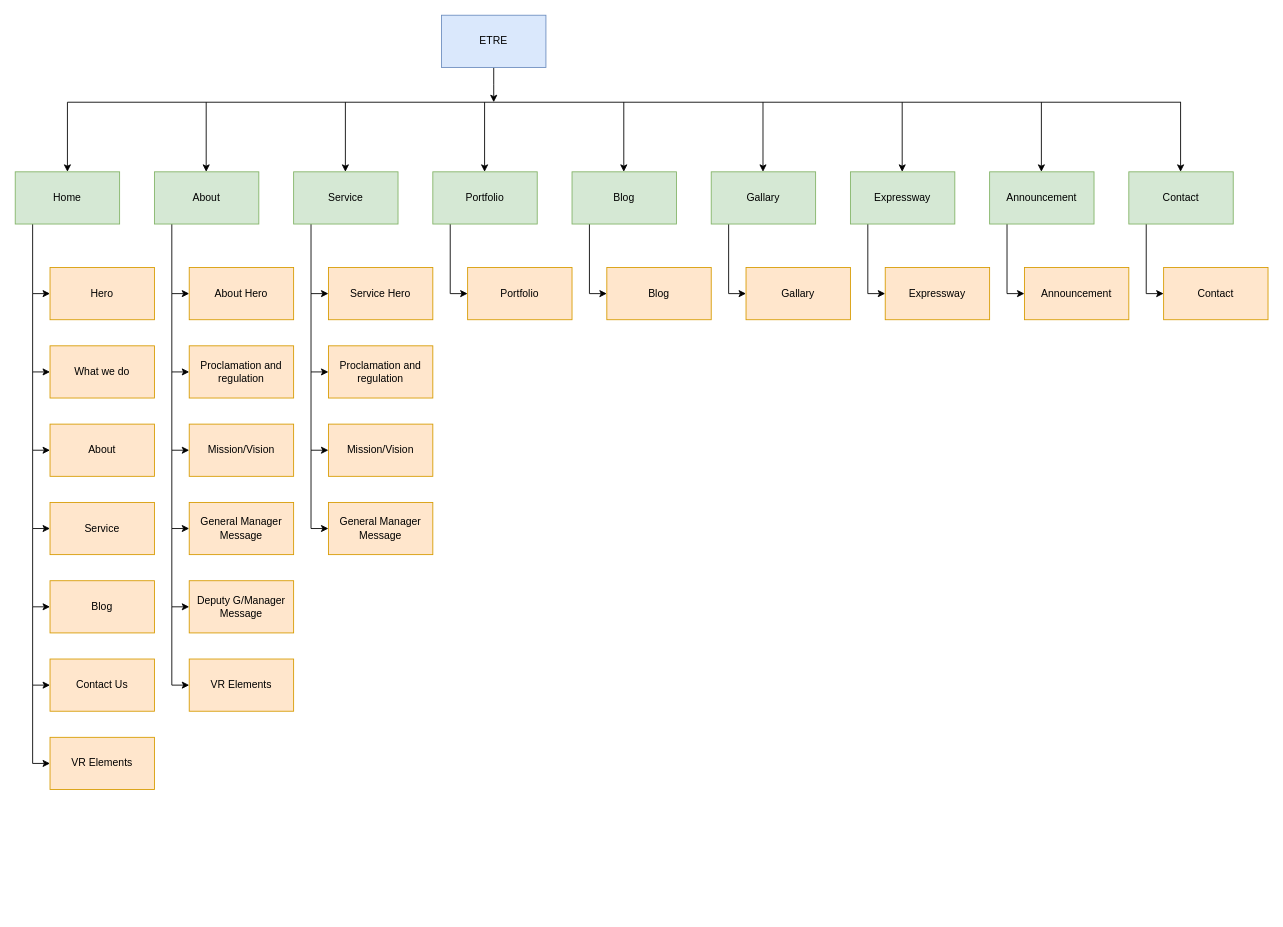
fasil712/UML_Diagram_Design keeps this draw.io diagram as ETRE Website Prototype.drawio. Above is the earlier version. Source tidied: cells renumbered, new cells numbered last; positions are measured from the earlier drawing's top-left corner, leaving out a move shared by most shapes. Both pictures are drawn from the tidied source at 87%, with x=0, y=0 at pixel (15, 15).
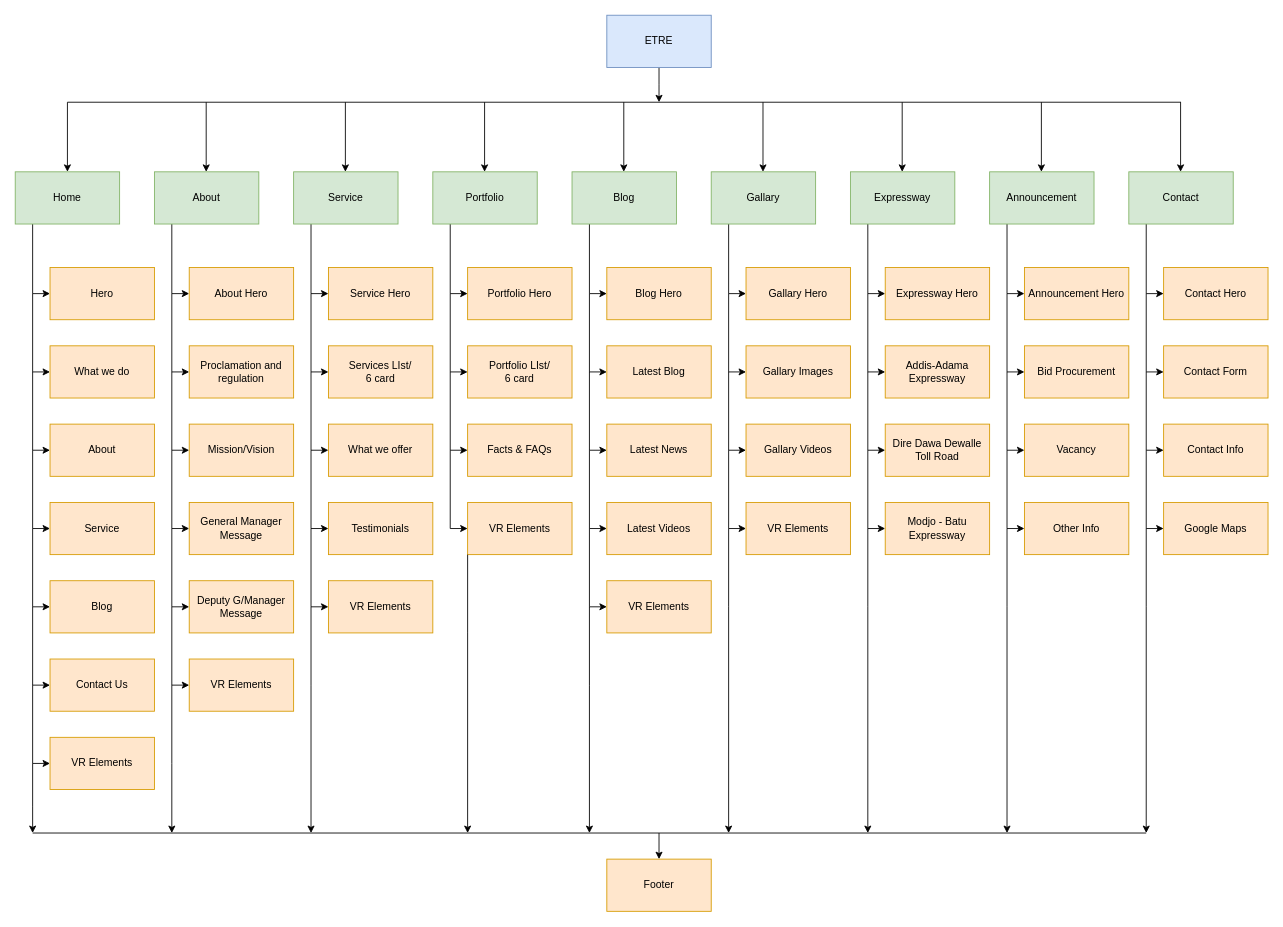
Above is the later version.

The edit, as a diff of the source:
```diff
@@
     <mxCell id="2" style="edgeStyle=orthogonalEdgeStyle;rounded=0;jettySize=auto;html=1;exitX=0.5;exitY=1;exitDx=0;exitDy=0;" parent="1" edge="1" source="3">
       <mxGeometry relative="1" as="geometry">
-        <mxPoint x="550" y="100" as="targetPoint" />
+        <mxPoint x="740" y="100" as="targetPoint" />
       </mxGeometry>
     </mxCell>
     <mxCell id="3" value="ETRE" style="rounded=0;whiteSpace=wrap;html=1;fillColor=#dae8fc;strokeColor=#6c8ebf;" parent="1" vertex="1">
-      <mxGeometry x="490" width="120" height="60" as="geometry" />
+      <mxGeometry x="680" width="120" height="60" as="geometry" />
     </mxCell>
@@
-    <mxCell id="36" value="Portfolio" style="rounded=0;whiteSpace=wrap;html=1;fillColor=#ffe6cc;strokeColor=#d79b00;" parent="1" vertex="1">
+    <mxCell id="36" value="Portfolio Hero" style="rounded=0;whiteSpace=wrap;html=1;fillColor=#ffe6cc;strokeColor=#d79b00;" parent="1" vertex="1">
       <mxGeometry x="520" y="290" width="120" height="60" as="geometry" />
     </mxCell>
-    <mxCell id="37" value="Blog" style="rounded=0;whiteSpace=wrap;html=1;fillColor=#ffe6cc;strokeColor=#d79b00;" parent="1" vertex="1">
+    <mxCell id="37" value="Blog Hero" style="rounded=0;whiteSpace=wrap;html=1;fillColor=#ffe6cc;strokeColor=#d79b00;" parent="1" vertex="1">
       <mxGeometry x="680" y="290" width="120" height="60" as="geometry" />
     </mxCell>
-    <mxCell id="38" value="Contact" style="rounded=0;whiteSpace=wrap;html=1;fillColor=#ffe6cc;strokeColor=#d79b00;" parent="1" vertex="1">
+    <mxCell id="38" value="Contact Hero" style="rounded=0;whiteSpace=wrap;html=1;fillColor=#ffe6cc;strokeColor=#d79b00;" parent="1" vertex="1">
       <mxGeometry x="1320" y="290" width="120" height="60" as="geometry" />
     </mxCell>
-    <mxCell id="39" value="Expressway" style="rounded=0;whiteSpace=wrap;html=1;fillColor=#ffe6cc;strokeColor=#d79b00;" parent="1" vertex="1">
+    <mxCell id="39" value="Expressway Hero" style="rounded=0;whiteSpace=wrap;html=1;fillColor=#ffe6cc;strokeColor=#d79b00;" parent="1" vertex="1">
       <mxGeometry x="1000" y="290" width="120" height="60" as="geometry" />
     </mxCell>
-    <mxCell id="40" value="Announcement" style="rounded=0;whiteSpace=wrap;html=1;fillColor=#ffe6cc;strokeColor=#d79b00;" parent="1" vertex="1">
+    <mxCell id="40" value="Announcement Hero" style="rounded=0;whiteSpace=wrap;html=1;fillColor=#ffe6cc;strokeColor=#d79b00;" parent="1" vertex="1">
       <mxGeometry x="1160" y="290" width="120" height="60" as="geometry" />
     </mxCell>
-    <mxCell id="41" value="Gallary" style="rounded=0;whiteSpace=wrap;html=1;fillColor=#ffe6cc;strokeColor=#d79b00;" parent="1" vertex="1">
+    <mxCell id="41" value="Gallary Hero" style="rounded=0;whiteSpace=wrap;html=1;fillColor=#ffe6cc;strokeColor=#d79b00;" parent="1" vertex="1">
       <mxGeometry x="840" y="290" width="120" height="60" as="geometry" />
     </mxCell>
@@
-    <mxCell id="64" value="Proclamation and regulation" style="rounded=0;whiteSpace=wrap;html=1;fillColor=#ffe6cc;strokeColor=#d79b00;" parent="1" vertex="1">
+    <mxCell id="64" value="Services LIst/&lt;div&gt;6 card&lt;/div&gt;" style="rounded=0;whiteSpace=wrap;html=1;fillColor=#ffe6cc;strokeColor=#d79b00;" parent="1" vertex="1">
       <mxGeometry x="360" y="380" width="120" height="60" as="geometry" />
     </mxCell>
@@
-    <mxCell id="66" value="Mission/Vision" style="rounded=0;whiteSpace=wrap;html=1;fillColor=#ffe6cc;strokeColor=#d79b00;" parent="1" vertex="1">
+    <mxCell id="66" value="What we offer" style="rounded=0;whiteSpace=wrap;html=1;fillColor=#ffe6cc;strokeColor=#d79b00;" parent="1" vertex="1">
       <mxGeometry x="360" y="470" width="120" height="60" as="geometry" />
     </mxCell>
@@
-    <mxCell id="68" value="General Manager Message" style="rounded=0;whiteSpace=wrap;html=1;fillColor=#ffe6cc;strokeColor=#d79b00;" parent="1" vertex="1">
+    <mxCell id="68" value="Testimonials" style="rounded=0;whiteSpace=wrap;html=1;fillColor=#ffe6cc;strokeColor=#d79b00;" parent="1" vertex="1">
       <mxGeometry x="360" y="560" width="120" height="60" as="geometry" />
     </mxCell>
+    <mxCell id="69" style="edgeStyle=orthogonalEdgeStyle;rounded=0;jettySize=auto;html=1;entryX=0;entryY=0.5;entryDx=0;entryDy=0;" parent="1" edge="1" target="70">
+      <mxGeometry relative="1" as="geometry">
+        <mxPoint x="340" y="590" as="sourcePoint" />
+        <Array as="points">
+          <mxPoint x="340" y="680" />
+        </Array>
+      </mxGeometry>
+    </mxCell>
+    <mxCell id="70" value="VR Elements" style="rounded=0;whiteSpace=wrap;html=1;fillColor=#ffe6cc;strokeColor=#d79b00;" parent="1" vertex="1">
+      <mxGeometry x="360" y="650" width="120" height="60" as="geometry" />
+    </mxCell>
+    <mxCell id="71" style="edgeStyle=orthogonalEdgeStyle;rounded=0;jettySize=auto;html=1;entryX=0;entryY=0.5;entryDx=0;entryDy=0;" parent="1" edge="1" target="72">
+      <mxGeometry relative="1" as="geometry">
+        <mxPoint x="500" y="320" as="sourcePoint" />
+        <Array as="points">
+          <mxPoint x="500" y="410" />
+        </Array>
+      </mxGeometry>
+    </mxCell>
+    <mxCell id="72" value="Portfolio&amp;nbsp;LIst/&lt;div&gt;6 card&lt;/div&gt;" style="rounded=0;whiteSpace=wrap;html=1;fillColor=#ffe6cc;strokeColor=#d79b00;" parent="1" vertex="1">
+      <mxGeometry x="520" y="380" width="120" height="60" as="geometry" />
+    </mxCell>
+    <mxCell id="73" style="edgeStyle=orthogonalEdgeStyle;rounded=0;jettySize=auto;html=1;entryX=0;entryY=0.5;entryDx=0;entryDy=0;" parent="1" edge="1" target="74">
+      <mxGeometry relative="1" as="geometry">
+        <mxPoint x="500" y="410" as="sourcePoint" />
+        <Array as="points">
+          <mxPoint x="500" y="500" />
+        </Array>
+      </mxGeometry>
+    </mxCell>
+    <mxCell id="74" value="Facts &amp;amp; FAQs" style="rounded=0;whiteSpace=wrap;html=1;fillColor=#ffe6cc;strokeColor=#d79b00;" parent="1" vertex="1">
+      <mxGeometry x="520" y="470" width="120" height="60" as="geometry" />
+    </mxCell>
+    <mxCell id="75" style="edgeStyle=orthogonalEdgeStyle;rounded=0;jettySize=auto;html=1;entryX=0;entryY=0.5;entryDx=0;entryDy=0;" parent="1" edge="1" target="76">
+      <mxGeometry relative="1" as="geometry">
+        <mxPoint x="500" y="500" as="sourcePoint" />
+        <Array as="points">
+          <mxPoint x="500" y="590" />
+        </Array>
+      </mxGeometry>
+    </mxCell>
+    <mxCell id="76" value="VR Elements" style="rounded=0;whiteSpace=wrap;html=1;fillColor=#ffe6cc;strokeColor=#d79b00;" parent="1" vertex="1">
+      <mxGeometry x="520" y="560" width="120" height="60" as="geometry" />
+    </mxCell>
+    <mxCell id="77" style="edgeStyle=orthogonalEdgeStyle;rounded=0;jettySize=auto;html=1;entryX=0;entryY=0.5;entryDx=0;entryDy=0;" parent="1" edge="1" target="78">
+      <mxGeometry relative="1" as="geometry">
+        <mxPoint x="660" y="320" as="sourcePoint" />
+        <Array as="points">
+          <mxPoint x="660" y="410" />
+        </Array>
+      </mxGeometry>
+    </mxCell>
+    <mxCell id="78" value="Latest Blog" style="rounded=0;whiteSpace=wrap;html=1;fillColor=#ffe6cc;strokeColor=#d79b00;" parent="1" vertex="1">
+      <mxGeometry x="680" y="380" width="120" height="60" as="geometry" />
+    </mxCell>
+    <mxCell id="79" style="edgeStyle=orthogonalEdgeStyle;rounded=0;jettySize=auto;html=1;entryX=0;entryY=0.5;entryDx=0;entryDy=0;" parent="1" edge="1" target="80">
+      <mxGeometry relative="1" as="geometry">
+        <mxPoint x="660" y="410" as="sourcePoint" />
+        <Array as="points">
+          <mxPoint x="660" y="500" />
+        </Array>
+      </mxGeometry>
+    </mxCell>
+    <mxCell id="80" value="Latest News" style="rounded=0;whiteSpace=wrap;html=1;fillColor=#ffe6cc;strokeColor=#d79b00;" parent="1" vertex="1">
+      <mxGeometry x="680" y="470" width="120" height="60" as="geometry" />
+    </mxCell>
+    <mxCell id="81" style="edgeStyle=orthogonalEdgeStyle;rounded=0;jettySize=auto;html=1;entryX=0;entryY=0.5;entryDx=0;entryDy=0;" parent="1" edge="1" target="82">
+      <mxGeometry relative="1" as="geometry">
+        <mxPoint x="660" y="500" as="sourcePoint" />
+        <Array as="points">
+          <mxPoint x="660" y="590" />
+        </Array>
+      </mxGeometry>
+    </mxCell>
+    <mxCell id="82" value="Latest Videos" style="rounded=0;whiteSpace=wrap;html=1;fillColor=#ffe6cc;strokeColor=#d79b00;" parent="1" vertex="1">
+      <mxGeometry x="680" y="560" width="120" height="60" as="geometry" />
+    </mxCell>
+    <mxCell id="83" style="edgeStyle=orthogonalEdgeStyle;rounded=0;jettySize=auto;html=1;entryX=0;entryY=0.5;entryDx=0;entryDy=0;" parent="1" edge="1" target="84">
+      <mxGeometry relative="1" as="geometry">
+        <mxPoint x="660" y="590" as="sourcePoint" />
+        <Array as="points">
+          <mxPoint x="660" y="680" />
+        </Array>
+      </mxGeometry>
+    </mxCell>
+    <mxCell id="84" value="VR Elements" style="rounded=0;whiteSpace=wrap;html=1;fillColor=#ffe6cc;strokeColor=#d79b00;" parent="1" vertex="1">
+      <mxGeometry x="680" y="650" width="120" height="60" as="geometry" />
+    </mxCell>
+    <mxCell id="85" style="edgeStyle=orthogonalEdgeStyle;rounded=0;jettySize=auto;html=1;entryX=0;entryY=0.5;entryDx=0;entryDy=0;" parent="1" edge="1" target="86">
+      <mxGeometry relative="1" as="geometry">
+        <mxPoint x="820" y="320" as="sourcePoint" />
+        <Array as="points">
+          <mxPoint x="820" y="410" />
+        </Array>
+      </mxGeometry>
+    </mxCell>
+    <mxCell id="86" value="Gallary Images" style="rounded=0;whiteSpace=wrap;html=1;fillColor=#ffe6cc;strokeColor=#d79b00;" parent="1" vertex="1">
+      <mxGeometry x="840" y="380" width="120" height="60" as="geometry" />
+    </mxCell>
+    <mxCell id="87" style="edgeStyle=orthogonalEdgeStyle;rounded=0;jettySize=auto;html=1;entryX=0;entryY=0.5;entryDx=0;entryDy=0;" parent="1" edge="1" target="88">
+      <mxGeometry relative="1" as="geometry">
+        <mxPoint x="820" y="410" as="sourcePoint" />
+        <Array as="points">
+          <mxPoint x="820" y="500" />
+        </Array>
+      </mxGeometry>
+    </mxCell>
+    <mxCell id="88" value="Gallary Videos" style="rounded=0;whiteSpace=wrap;html=1;fillColor=#ffe6cc;strokeColor=#d79b00;" parent="1" vertex="1">
+      <mxGeometry x="840" y="470" width="120" height="60" as="geometry" />
+    </mxCell>
+    <mxCell id="89" style="edgeStyle=orthogonalEdgeStyle;rounded=0;jettySize=auto;html=1;entryX=0;entryY=0.5;entryDx=0;entryDy=0;" parent="1" edge="1" target="90">
+      <mxGeometry relative="1" as="geometry">
+        <mxPoint x="820" y="500" as="sourcePoint" />
+        <Array as="points">
+          <mxPoint x="820" y="590" />
+        </Array>
+      </mxGeometry>
+    </mxCell>
+    <mxCell id="90" value="VR Elements" style="rounded=0;whiteSpace=wrap;html=1;fillColor=#ffe6cc;strokeColor=#d79b00;" parent="1" vertex="1">
+      <mxGeometry x="840" y="560" width="120" height="60" as="geometry" />
+    </mxCell>
+    <mxCell id="91" style="edgeStyle=orthogonalEdgeStyle;rounded=0;jettySize=auto;html=1;entryX=0;entryY=0.5;entryDx=0;entryDy=0;" parent="1" edge="1" target="92">
+      <mxGeometry relative="1" as="geometry">
+        <mxPoint x="980" y="320" as="sourcePoint" />
+        <Array as="points">
+          <mxPoint x="980" y="410" />
+        </Array>
+      </mxGeometry>
+    </mxCell>
+    <mxCell id="92" value="Addis-Adama Expressway" style="rounded=0;whiteSpace=wrap;html=1;fillColor=#ffe6cc;strokeColor=#d79b00;" parent="1" vertex="1">
+      <mxGeometry x="1000" y="380" width="120" height="60" as="geometry" />
+    </mxCell>
+    <mxCell id="93" style="edgeStyle=orthogonalEdgeStyle;rounded=0;jettySize=auto;html=1;entryX=0;entryY=0.5;entryDx=0;entryDy=0;" parent="1" edge="1" target="94">
+      <mxGeometry relative="1" as="geometry">
+        <mxPoint x="980" y="410" as="sourcePoint" />
+        <Array as="points">
+          <mxPoint x="980" y="500" />
+        </Array>
+      </mxGeometry>
+    </mxCell>
+    <mxCell id="94" value="Dire Dawa Dewalle Toll Road" style="rounded=0;whiteSpace=wrap;html=1;fillColor=#ffe6cc;strokeColor=#d79b00;" parent="1" vertex="1">
+      <mxGeometry x="1000" y="470" width="120" height="60" as="geometry" />
+    </mxCell>
+    <mxCell id="95" style="edgeStyle=orthogonalEdgeStyle;rounded=0;jettySize=auto;html=1;entryX=0;entryY=0.5;entryDx=0;entryDy=0;" parent="1" edge="1" target="96">
+      <mxGeometry relative="1" as="geometry">
+        <mxPoint x="980" y="500" as="sourcePoint" />
+        <Array as="points">
+          <mxPoint x="980" y="590" />
+        </Array>
+      </mxGeometry>
+    </mxCell>
+    <mxCell id="96" value="Modjo - Batu Expressway" style="rounded=0;whiteSpace=wrap;html=1;fillColor=#ffe6cc;strokeColor=#d79b00;" parent="1" vertex="1">
+      <mxGeometry x="1000" y="560" width="120" height="60" as="geometry" />
+    </mxCell>
+    <mxCell id="97" style="edgeStyle=orthogonalEdgeStyle;rounded=0;jettySize=auto;html=1;entryX=0;entryY=0.5;entryDx=0;entryDy=0;" parent="1" edge="1" target="98">
+      <mxGeometry relative="1" as="geometry">
+        <mxPoint x="1140" y="320" as="sourcePoint" />
+        <Array as="points">
+          <mxPoint x="1140" y="410" />
+        </Array>
+      </mxGeometry>
+    </mxCell>
+    <mxCell id="98" value="Bid&amp;nbsp;Procurement" style="rounded=0;whiteSpace=wrap;html=1;fillColor=#ffe6cc;strokeColor=#d79b00;" parent="1" vertex="1">
+      <mxGeometry x="1160" y="380" width="120" height="60" as="geometry" />
+    </mxCell>
+    <mxCell id="99" style="edgeStyle=orthogonalEdgeStyle;rounded=0;jettySize=auto;html=1;entryX=0;entryY=0.5;entryDx=0;entryDy=0;" parent="1" edge="1" target="100">
+      <mxGeometry relative="1" as="geometry">
+        <mxPoint x="1140" y="410" as="sourcePoint" />
+        <Array as="points">
+          <mxPoint x="1140" y="500" />
+        </Array>
+      </mxGeometry>
+    </mxCell>
+    <mxCell id="100" value="Vacancy" style="rounded=0;whiteSpace=wrap;html=1;fillColor=#ffe6cc;strokeColor=#d79b00;" parent="1" vertex="1">
+      <mxGeometry x="1160" y="470" width="120" height="60" as="geometry" />
+    </mxCell>
+    <mxCell id="101" style="edgeStyle=orthogonalEdgeStyle;rounded=0;jettySize=auto;html=1;entryX=0;entryY=0.5;entryDx=0;entryDy=0;" parent="1" edge="1" target="102">
+      <mxGeometry relative="1" as="geometry">
+        <mxPoint x="1140" y="500" as="sourcePoint" />
+        <Array as="points">
+          <mxPoint x="1140" y="590" />
+        </Array>
+      </mxGeometry>
+    </mxCell>
+    <mxCell id="102" value="Other Info" style="rounded=0;whiteSpace=wrap;html=1;fillColor=#ffe6cc;strokeColor=#d79b00;" parent="1" vertex="1">
+      <mxGeometry x="1160" y="560" width="120" height="60" as="geometry" />
+    </mxCell>
+    <mxCell id="103" style="edgeStyle=orthogonalEdgeStyle;rounded=0;jettySize=auto;html=1;entryX=0;entryY=0.5;entryDx=0;entryDy=0;" parent="1" edge="1" target="104">
+      <mxGeometry relative="1" as="geometry">
+        <mxPoint x="1300" y="320" as="sourcePoint" />
+        <Array as="points">
+          <mxPoint x="1300" y="410" />
+        </Array>
+      </mxGeometry>
+    </mxCell>
+    <mxCell id="104" value="Contact Form" style="rounded=0;whiteSpace=wrap;html=1;fillColor=#ffe6cc;strokeColor=#d79b00;" parent="1" vertex="1">
+      <mxGeometry x="1320" y="380" width="120" height="60" as="geometry" />
+    </mxCell>
+    <mxCell id="105" style="edgeStyle=orthogonalEdgeStyle;rounded=0;jettySize=auto;html=1;entryX=0;entryY=0.5;entryDx=0;entryDy=0;" parent="1" edge="1" target="106">
+      <mxGeometry relative="1" as="geometry">
+        <mxPoint x="1300" y="410" as="sourcePoint" />
+        <Array as="points">
+          <mxPoint x="1300" y="500" />
+        </Array>
+      </mxGeometry>
+    </mxCell>
+    <mxCell id="106" value="Contact Info" style="rounded=0;whiteSpace=wrap;html=1;fillColor=#ffe6cc;strokeColor=#d79b00;" parent="1" vertex="1">
+      <mxGeometry x="1320" y="470" width="120" height="60" as="geometry" />
+    </mxCell>
+    <mxCell id="107" style="edgeStyle=orthogonalEdgeStyle;rounded=0;jettySize=auto;html=1;entryX=0;entryY=0.5;entryDx=0;entryDy=0;" parent="1" edge="1" target="108">
+      <mxGeometry relative="1" as="geometry">
+        <mxPoint x="1300" y="500" as="sourcePoint" />
+        <Array as="points">
+          <mxPoint x="1300" y="590" />
+        </Array>
+      </mxGeometry>
+    </mxCell>
+    <mxCell id="108" value="Google Maps" style="rounded=0;whiteSpace=wrap;html=1;fillColor=#ffe6cc;strokeColor=#d79b00;" parent="1" vertex="1">
+      <mxGeometry x="1320" y="560" width="120" height="60" as="geometry" />
+    </mxCell>
+    <mxCell id="109" value="Footer" style="rounded=0;whiteSpace=wrap;html=1;fillColor=#ffe6cc;strokeColor=#d79b00;" parent="1" vertex="1">
+      <mxGeometry x="680" y="970" width="120" height="60" as="geometry" />
+    </mxCell>
+    <mxCell id="110" style="endArrow=none;html=1;rounded=0;" parent="1" edge="1">
+      <mxGeometry relative="1" as="geometry">
+        <mxPoint x="20" y="940" as="sourcePoint" />
+        <mxPoint x="1300" y="940" as="targetPoint" />
+      </mxGeometry>
+    </mxCell>
+    <mxCell id="111" style="edgeStyle=orthogonalEdgeStyle;rounded=0;orthogonalLoop=1;jettySize=auto;html=1;" parent="1" edge="1">
+      <mxGeometry relative="1" as="geometry">
+        <mxPoint x="1300" y="590" as="sourcePoint" />
+        <mxPoint x="1300" y="940" as="targetPoint" />
+        <Array as="points">
+          <mxPoint x="1300" y="680" />
+        </Array>
+      </mxGeometry>
+    </mxCell>
+    <mxCell id="112" style="edgeStyle=orthogonalEdgeStyle;rounded=0;orthogonalLoop=1;jettySize=auto;html=1;" parent="1" edge="1">
+      <mxGeometry relative="1" as="geometry">
+        <mxPoint x="20" y="860" as="sourcePoint" />
+        <mxPoint x="20" y="940" as="targetPoint" />
+        <Array as="points">
+          <mxPoint x="20" y="910" />
+          <mxPoint x="20" y="910" />
+        </Array>
+      </mxGeometry>
+    </mxCell>
+    <mxCell id="113" style="edgeStyle=orthogonalEdgeStyle;rounded=0;orthogonalLoop=1;jettySize=auto;html=1;" parent="1" edge="1">
+      <mxGeometry relative="1" as="geometry">
+        <mxPoint x="180" y="770" as="sourcePoint" />
+        <mxPoint x="180" y="940" as="targetPoint" />
+        <Array as="points">
+          <mxPoint x="180" y="860" />
+        </Array>
+      </mxGeometry>
+    </mxCell>
+    <mxCell id="114" style="edgeStyle=orthogonalEdgeStyle;rounded=0;orthogonalLoop=1;jettySize=auto;html=1;" parent="1" edge="1">
+      <mxGeometry relative="1" as="geometry">
+        <mxPoint x="340" y="680" as="sourcePoint" />
+        <mxPoint x="340" y="940" as="targetPoint" />
+        <Array as="points">
+          <mxPoint x="340" y="770" />
+        </Array>
+      </mxGeometry>
+    </mxCell>
+    <mxCell id="115" style="edgeStyle=orthogonalEdgeStyle;rounded=0;orthogonalLoop=1;jettySize=auto;html=1;" parent="1" edge="1">
+      <mxGeometry relative="1" as="geometry">
+        <mxPoint x="520" y="620" as="sourcePoint" />
+        <mxPoint x="520" y="940" as="targetPoint" />
+        <Array as="points">
+          <mxPoint x="520" y="710" />
+        </Array>
+      </mxGeometry>
+    </mxCell>
+    <mxCell id="116" style="edgeStyle=orthogonalEdgeStyle;rounded=0;orthogonalLoop=1;jettySize=auto;html=1;" parent="1" edge="1">
+      <mxGeometry relative="1" as="geometry">
+        <mxPoint x="660" y="680" as="sourcePoint" />
+        <mxPoint x="660" y="940" as="targetPoint" />
+        <Array as="points">
+          <mxPoint x="660" y="770" />
+        </Array>
+      </mxGeometry>
+    </mxCell>
+    <mxCell id="117" style="edgeStyle=orthogonalEdgeStyle;rounded=0;orthogonalLoop=1;jettySize=auto;html=1;" parent="1" edge="1">
+      <mxGeometry relative="1" as="geometry">
+        <mxPoint x="820" y="590" as="sourcePoint" />
+        <mxPoint x="820" y="940" as="targetPoint" />
+        <Array as="points">
+          <mxPoint x="820" y="680" />
+        </Array>
+      </mxGeometry>
+    </mxCell>
+    <mxCell id="118" style="edgeStyle=orthogonalEdgeStyle;rounded=0;orthogonalLoop=1;jettySize=auto;html=1;" parent="1" edge="1">
+      <mxGeometry relative="1" as="geometry">
+        <mxPoint x="980" y="590" as="sourcePoint" />
+        <mxPoint x="980" y="940" as="targetPoint" />
+        <Array as="points">
+          <mxPoint x="980" y="680" />
+        </Array>
+      </mxGeometry>
+    </mxCell>
+    <mxCell id="119" style="edgeStyle=orthogonalEdgeStyle;rounded=0;orthogonalLoop=1;jettySize=auto;html=1;" parent="1" edge="1">
+      <mxGeometry relative="1" as="geometry">
+        <mxPoint x="1140" y="590" as="sourcePoint" />
+        <mxPoint x="1140" y="940" as="targetPoint" />
+        <Array as="points">
+          <mxPoint x="1140" y="680" />
+        </Array>
+      </mxGeometry>
+    </mxCell>
+    <mxCell id="120" style="endArrow=classic;html=1;rounded=0;entryX=0.5;entryY=0;entryDx=0;entryDy=0;" parent="1" edge="1" target="109">
+      <mxGeometry relative="1" as="geometry">
+        <mxPoint x="740" y="940" as="sourcePoint" />
+      </mxGeometry>
+    </mxCell>
```
